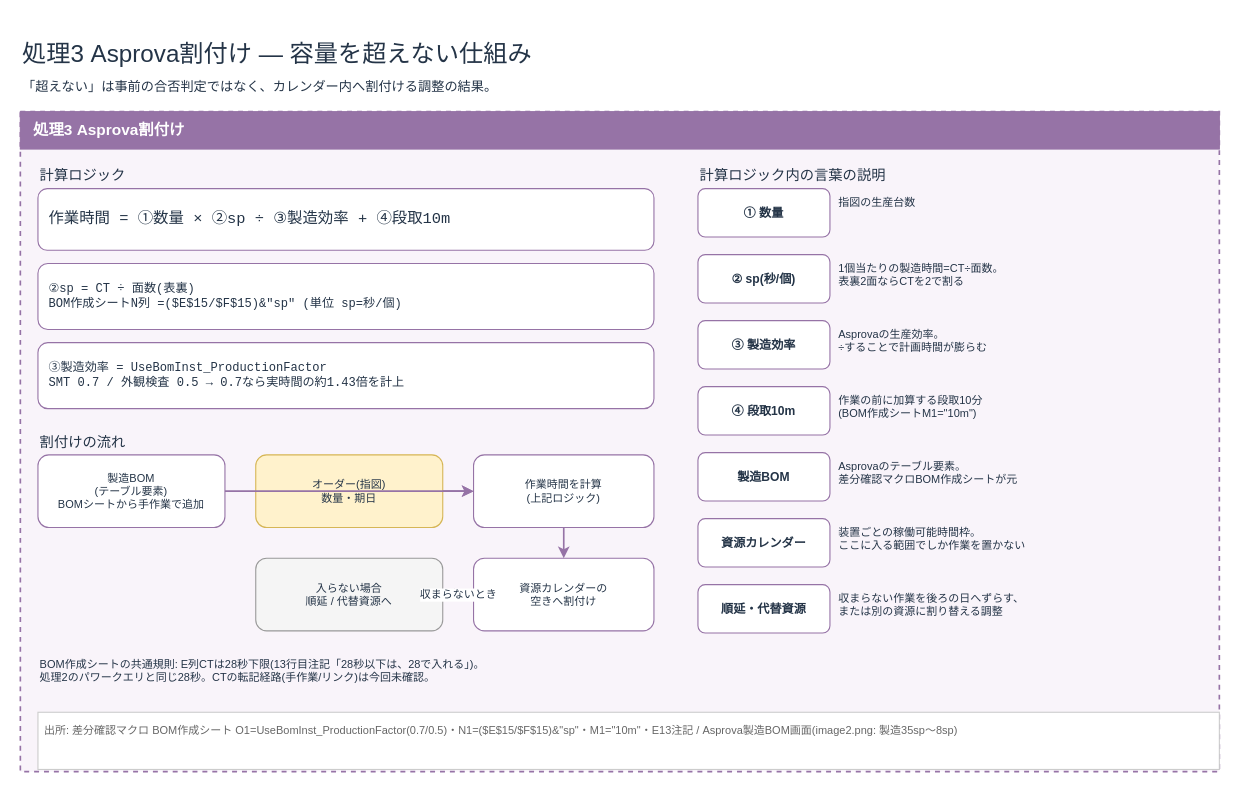
Earlier version of the draw.io diagram page "4_処理3_Asprova割付け" (4 of 5) of 20261016_鹿島引き込みExcel分析/負荷計算の処理内容.drawio (nk-shino/work_vault). Source tidied: cells renumbered, new cells numbered last; positions are measured from the earlier drawing's top-left corner, leaving out a move shared by most shapes. Both pictures are drawn from the tidied source at 110%, with x=0, y=0 at pixel (20, 32).
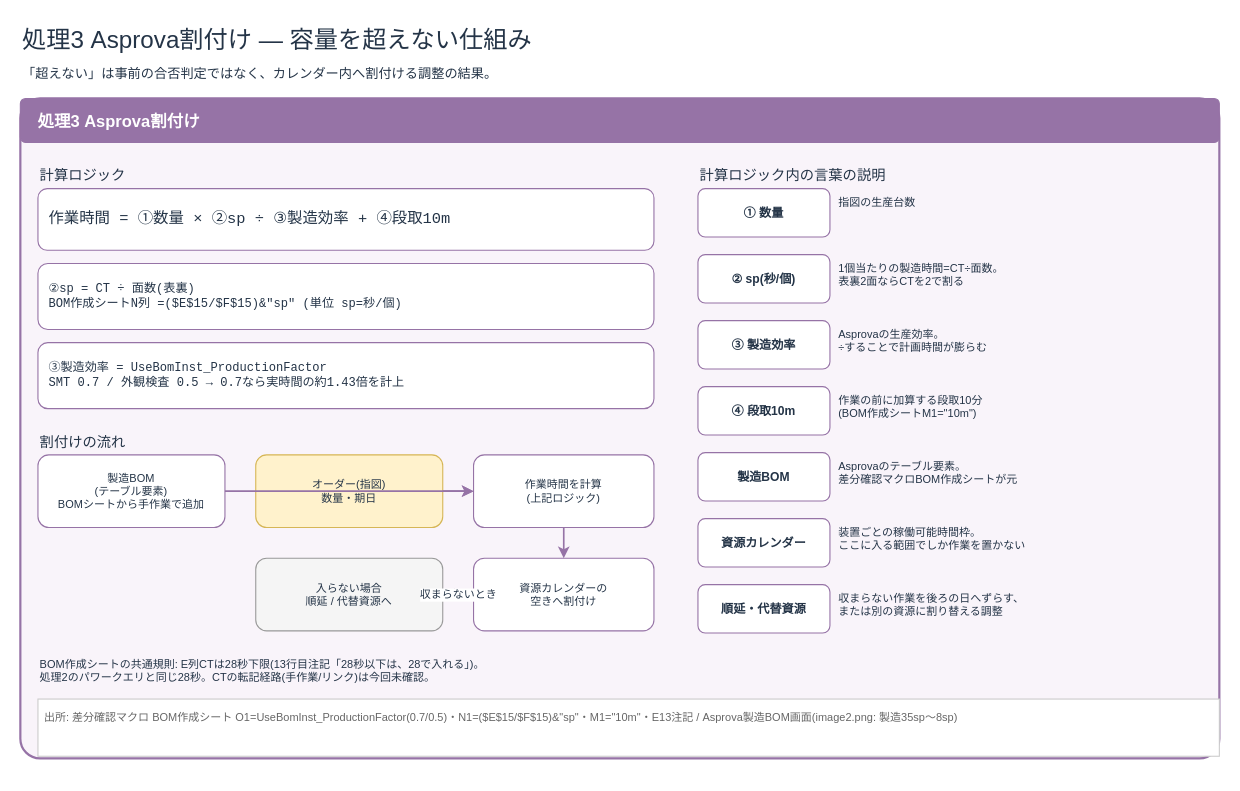
The same diagram, later.

What changed in the source:
```diff
@@
     <mxCell id="2" value="処理3 Asprova割付け — 容量を超えない仕組み" style="text;html=1;fontSize=22;fontColor=#243447;align=left;verticalAlign=top;whiteSpace=wrap;spacing=2;" parent="1" vertex="1">
-      <mxGeometry width="1090" height="34" as="geometry" />
+      <mxGeometry y="-12" width="1090" height="34" as="geometry" />
     </mxCell>
     <mxCell id="3" value="「超えない」は事前の合否判定ではなく、カレンダー内へ割付ける調整の結果。" style="text;html=1;fontSize=12;fontColor=#243447;align=left;verticalAlign=top;whiteSpace=wrap;spacing=2;" parent="1" vertex="1">
-      <mxGeometry y="36" width="1090" height="22" as="geometry" />
+      <mxGeometry y="24" width="1090" height="22" as="geometry" />
     </mxCell>
-    <mxCell id="4" style="rounded=0;whiteSpace=wrap;html=1;fillColor=#F9F4FA;strokeColor=#9673A6;strokeWidth=1.5;dashed=1;verticalAlign=top;" parent="1" vertex="1">
-      <mxGeometry y="72" width="1090" height="600" as="geometry" />
+    <mxCell id="4" style="rounded=1;arcSize=3;whiteSpace=wrap;html=1;fillColor=#F9F4FA;strokeColor=#9673A6;strokeWidth=2;dashed=0;verticalAlign=top;" parent="1" vertex="1">
+      <mxGeometry y="60" width="1090" height="600" as="geometry" />
     </mxCell>
-    <mxCell id="5" value="処理3 Asprova割付け" style="rounded=0;whiteSpace=wrap;html=1;fillColor=#9673A6;strokeColor=#9673A6;fontColor=#FFFFFF;fontSize=14;fontStyle=1;align=left;spacingLeft=10;" parent="1" vertex="1">
-      <mxGeometry y="72" width="1090" height="34" as="geometry" />
+    <mxCell id="5" value="処理3 Asprova割付け" style="rounded=1;arcSize=12;whiteSpace=wrap;html=1;fillColor=#9673A6;strokeColor=#9673A6;fontColor=#FFFFFF;fontSize=15;fontStyle=1;align=left;spacingLeft=14;verticalAlign=middle;" parent="1" vertex="1">
+      <mxGeometry y="60" width="1090" height="40" as="geometry" />
     </mxCell>
@@
     <mxCell id="36" value="出所: 差分確認マクロ BOM作成シート O1=UseBomInst_ProductionFactor(0.7/0.5)・N1=($E$15/$F$15)&amp;&quot;sp&quot;・M1=&quot;10m&quot;・E13注記 / Asprova製造BOM画面(image2.png: 製造35sp〜8sp)" style="rounded=0;whiteSpace=wrap;html=1;fillColor=#FFFFFF;strokeColor=#CCCCCC;fontColor=#666666;fontSize=10;align=left;spacing=6;verticalAlign=top;" parent="1" vertex="1">
-      <mxGeometry x="16" y="618" width="1074" height="52" as="geometry" />
+      <mxGeometry x="16" y="606" width="1074" height="52" as="geometry" />
     </mxCell>
```
